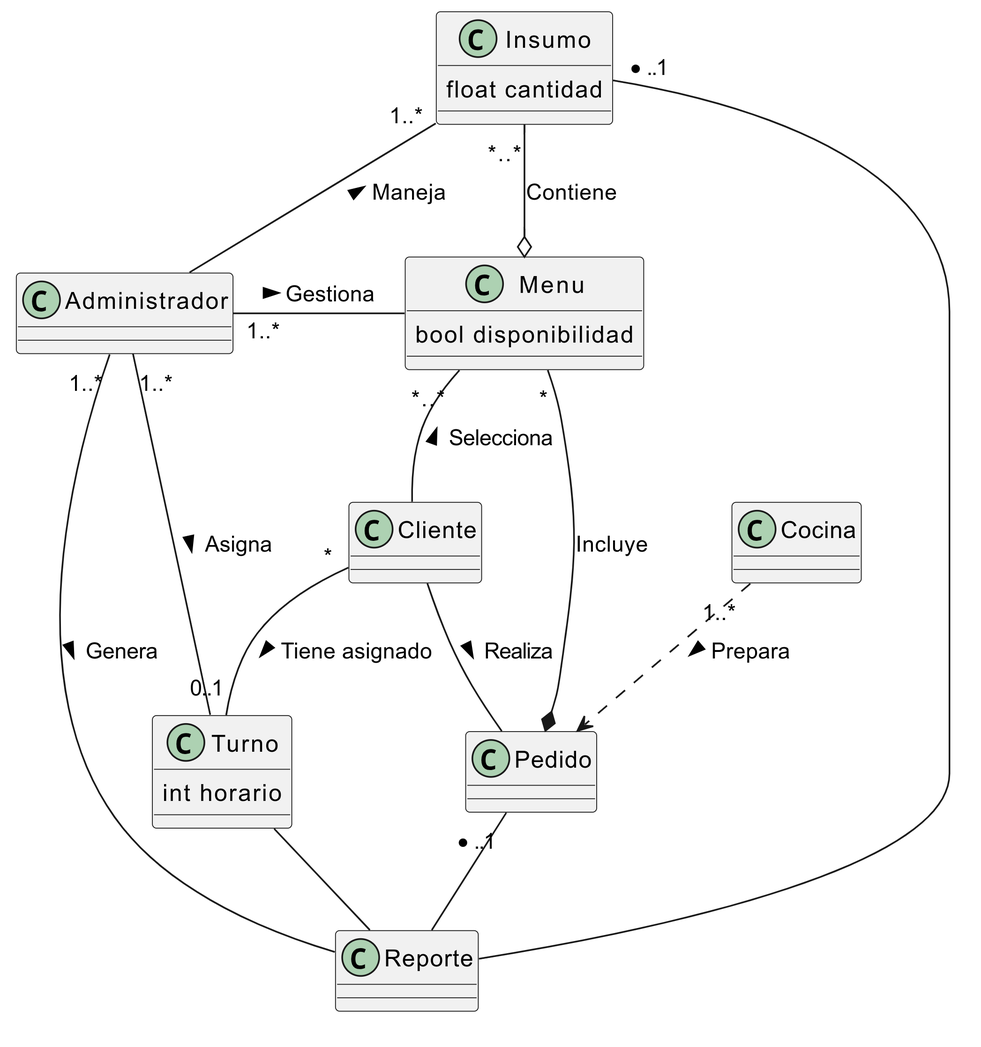
Earlier version of the PlantUML export docs/Domain Modeling [01] - Class Diagram.png (druxorey/ucv-proyecto-cacerola). Its source is kept beside it as docs/Domain Modeling [01] - Class Diagram.plantuml.
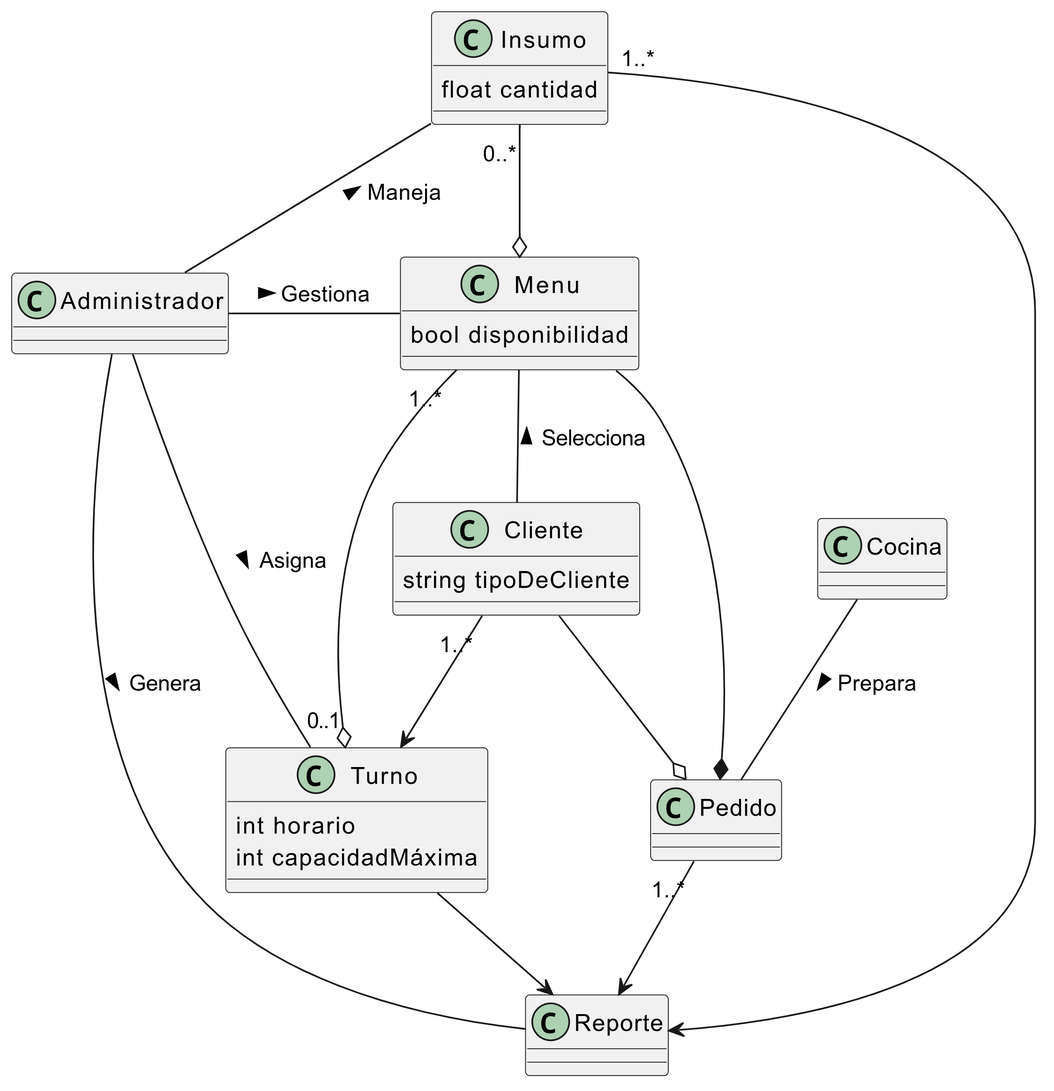
After the commit.

Commit message:
docs(domain-modeling): refine relations and cardinalities in the class diagram

Change to the diagram source:
```diff
@@ -1,12 +1,15 @@
-@startuml domain-modeling
+@startuml v
 
-Class Cliente
 Class Administrador
 Class Cocina
 Class Pedido
 Class Reporte
+Class Cliente {
+	string tipoDeCliente
+}
 Class Turno {
 	int horario
+	int capacidadMaxima
 }
 Class Insumo {
 	float cantidad
@@ -15,23 +18,25 @@
 	bool disponibilidad
 }
 
-Insumo "*..*" -o Menu : Contiene
-Insumo "1..*" -- Administrador : < Maneja
-Insumo "*..1" -- Reporte
+Insumo "0..*" -o Menu
+Insumo -- Administrador : < Maneja
+Insumo "1..*" --> Reporte
 
-Menu "*..*" -- Cliente : < Selecciona
+Menu --  Cliente : < Selecciona
 
-Administrador "1..*" -- Turno : Asigna >
-Administrador "1..*" - Menu : Gestiona >
-Administrador "1..*" -- Reporte : Genera >
+Administrador -- Turno : Asigna >
+Administrador - Menu : Gestiona >
+Administrador -- Reporte : Genera >
 
-Cliente "*" -- "0..1" Turno : Tiene asignado >
-Cliente -- Pedido : Realiza >
+Cliente "1..*" --> Turno
+Cliente --o Pedido
 
-Pedido *-- "*" Menu : Incluye
-Pedido "*..1" -- Reporte
+Turno "0..1" o-- "1..*" Menu
 
-Cocina "1..*" ..> Pedido : Prepara >
-Turno -- Reporte
+Pedido *-- Menu
+Pedido "1..*" --> Reporte
+
+Cocina -- Pedido : Prepara >
+Turno --> Reporte
 
 @enduml
```
